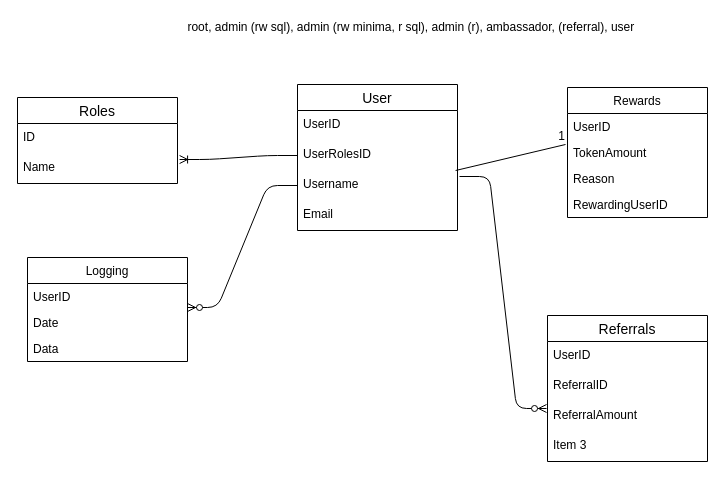
Earlier version of the draw.io diagram docs/images/dbase.drawio (minima-global/incentivecash). Source tidied: cells renumbered, new cells numbered last; positions are measured from the earlier drawing's top-left corner, leaving out a move shared by most shapes. Both pictures are drawn from the tidied source at 100%, with x=0, y=0 at pixel (17, 17).
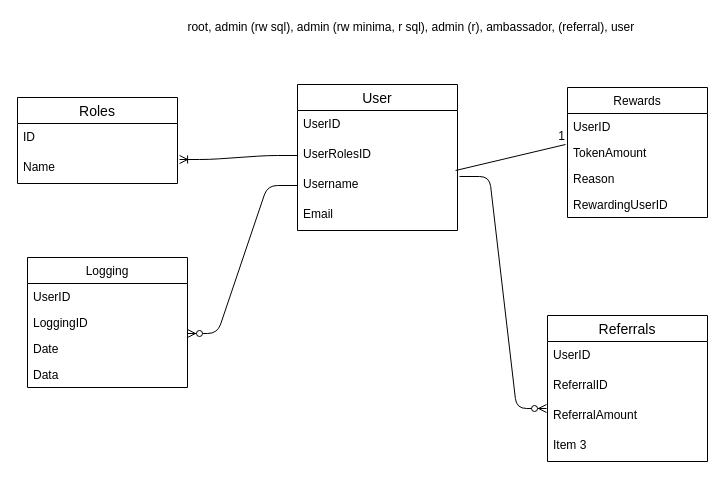
After the change.

What changed in the source:
```diff
@@
     <mxCell id="15" value="Logging" style="swimlane;fontStyle=0;horizontal=1;startSize=26;fillColor=none;" parent="1" vertex="1">
-      <mxGeometry x="10" y="240" width="160" height="104" as="geometry" />
+      <mxGeometry x="10" y="240" width="160" height="130" as="geometry" />
     </mxCell>
@@
+    <mxCell id="30" value="LoggingID" style="text;strokeColor=none;fillColor=none;align=left;verticalAlign=top;spacingLeft=4;spacingRight=4;overflow=hidden;" parent="15" vertex="1">
+      <mxGeometry y="52" width="160" height="26" as="geometry" />
+    </mxCell>
     <mxCell id="17" value="Date" style="text;strokeColor=none;fillColor=none;align=left;verticalAlign=top;spacingLeft=4;spacingRight=4;overflow=hidden;points=[[0,0.5],[1,0.5]];portConstraint=eastwest;" parent="15" vertex="1">
-      <mxGeometry y="52" width="160" height="26" as="geometry" />
+      <mxGeometry y="78" width="160" height="26" as="geometry" />
     </mxCell>
     <mxCell id="18" value="Data" style="text;strokeColor=none;fillColor=none;align=left;verticalAlign=top;spacingLeft=4;spacingRight=4;overflow=hidden;" parent="15" vertex="1">
-      <mxGeometry y="78" width="160" height="26" as="geometry" />
+      <mxGeometry y="104" width="160" height="26" as="geometry" />
     </mxCell>
```
